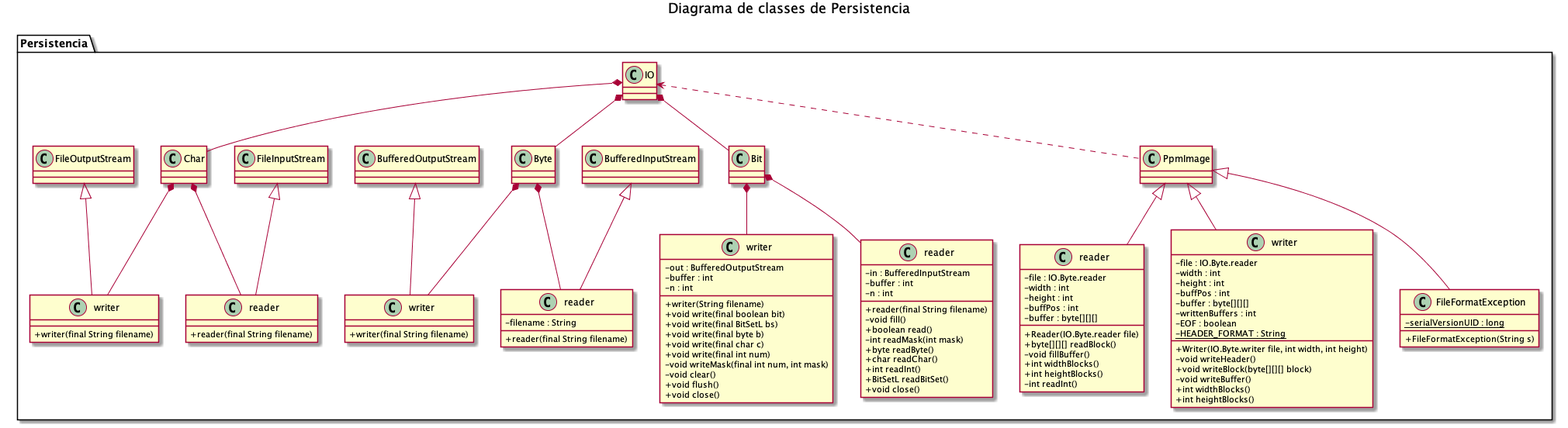
Above: doc/UML/DiagramaClassesPersistencia.png in Leixb/UPC-PROP_Compressor (PlantUML), before the change.
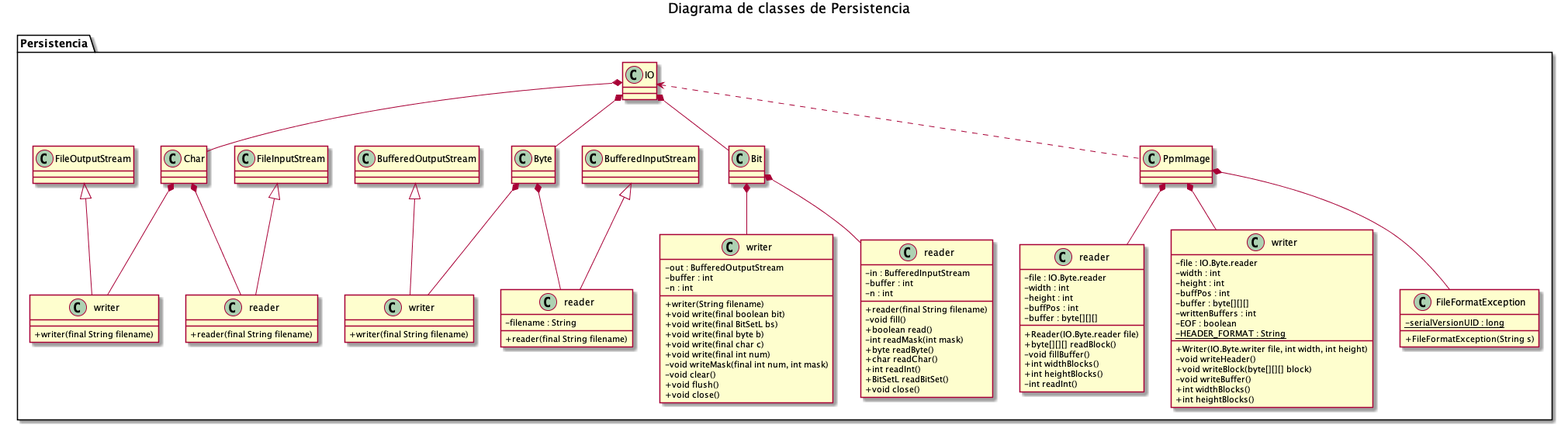
The same file after the commit.

What changed in the source:
```diff
@@ -97,9 +97,9 @@
     BufferedOutputStream <|-- writerByte
     BufferedInputStream <|-- readerByte
 
-    PpmImage <|-- readerPpm
-    PpmImage <|-- writerPpm
-    PpmImage <|-- FileFormatException
+    PpmImage *-- readerPpm
+    PpmImage *-- writerPpm
+    PpmImage *-- FileFormatException
 
     IO <.. PpmImage
 
```
